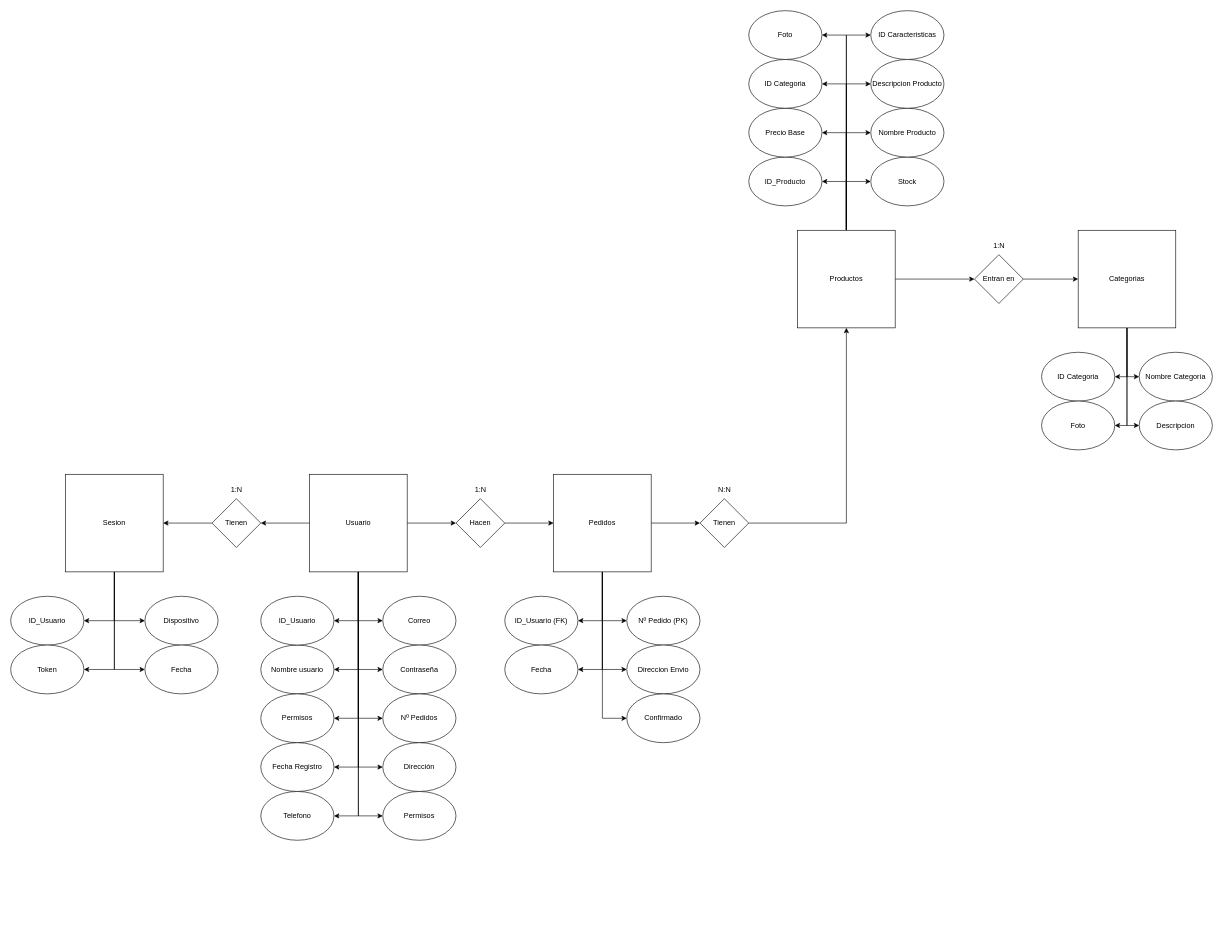
meeeww/tfg_server keeps this draw.io diagram as page "Modelo Relacional" (1 of 2) of BBDDTFG.drawio. Above is the earlier version. Source tidied: cells renumbered, new cells numbered last; positions are measured from the earlier drawing's top-left corner, leaving out a move shared by most shapes. Both pictures are drawn from the tidied source at 61%, with x=0, y=0 at pixel (10, 10).
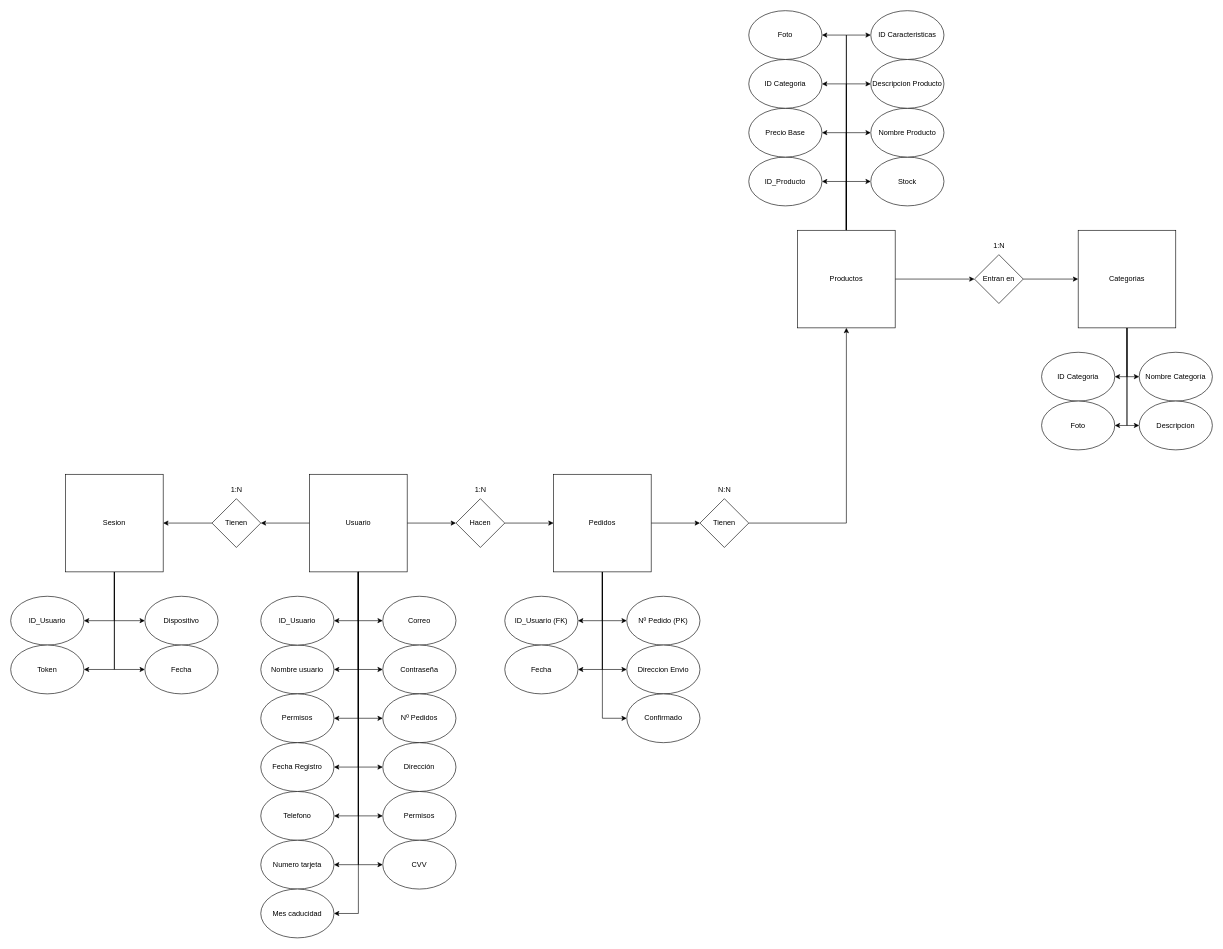
The same diagram, later.

The change refers to these unchanged cells:
```xml
<mxCell id="13" value="Usuario" style="whiteSpace=wrap;html=1;" parent="1" vertex="1">
  <mxGeometry x="490" y="760" width="160" height="160" as="geometry" />
</mxCell>
```

The edit, as a diff of the source:
```diff
@@
+    <mxCell id="85" value="Numero tarjeta" style="ellipse;whiteSpace=wrap;html=1;" parent="1" vertex="1">
+      <mxGeometry x="410" y="1360" width="120" height="80" as="geometry" />
+    </mxCell>
+    <mxCell id="86" style="edgeStyle=orthogonalEdgeStyle;rounded=0;jettySize=auto;html=1;entryX=1;entryY=0.5;entryDx=0;entryDy=0;exitX=0.5;exitY=1;exitDx=0;exitDy=0;" parent="1" edge="1" source="13" target="85">
+      <mxGeometry relative="1" as="geometry" />
+    </mxCell>
+    <mxCell id="87" value="CVV" style="ellipse;whiteSpace=wrap;html=1;" parent="1" vertex="1">
+      <mxGeometry x="610" y="1360" width="120" height="80" as="geometry" />
+    </mxCell>
+    <mxCell id="88" value="Mes caducidad" style="ellipse;whiteSpace=wrap;html=1;" parent="1" vertex="1">
+      <mxGeometry x="410" y="1440" width="120" height="80" as="geometry" />
+    </mxCell>
+    <mxCell id="89" style="edgeStyle=orthogonalEdgeStyle;rounded=0;jettySize=auto;html=1;entryX=1;entryY=0.5;entryDx=0;entryDy=0;exitX=0.5;exitY=1;exitDx=0;exitDy=0;" parent="1" edge="1" source="13" target="88">
+      <mxGeometry relative="1" as="geometry">
+        <Array as="points">
+          <mxPoint x="570" y="1480" />
+        </Array>
+      </mxGeometry>
+    </mxCell>
+    <mxCell id="90" style="edgeStyle=orthogonalEdgeStyle;rounded=0;jettySize=auto;html=1;entryX=0;entryY=0.5;entryDx=0;entryDy=0;exitX=0.5;exitY=1;exitDx=0;exitDy=0;" parent="1" edge="1" source="13" target="87">
+      <mxGeometry relative="1" as="geometry" />
+    </mxCell>
```
